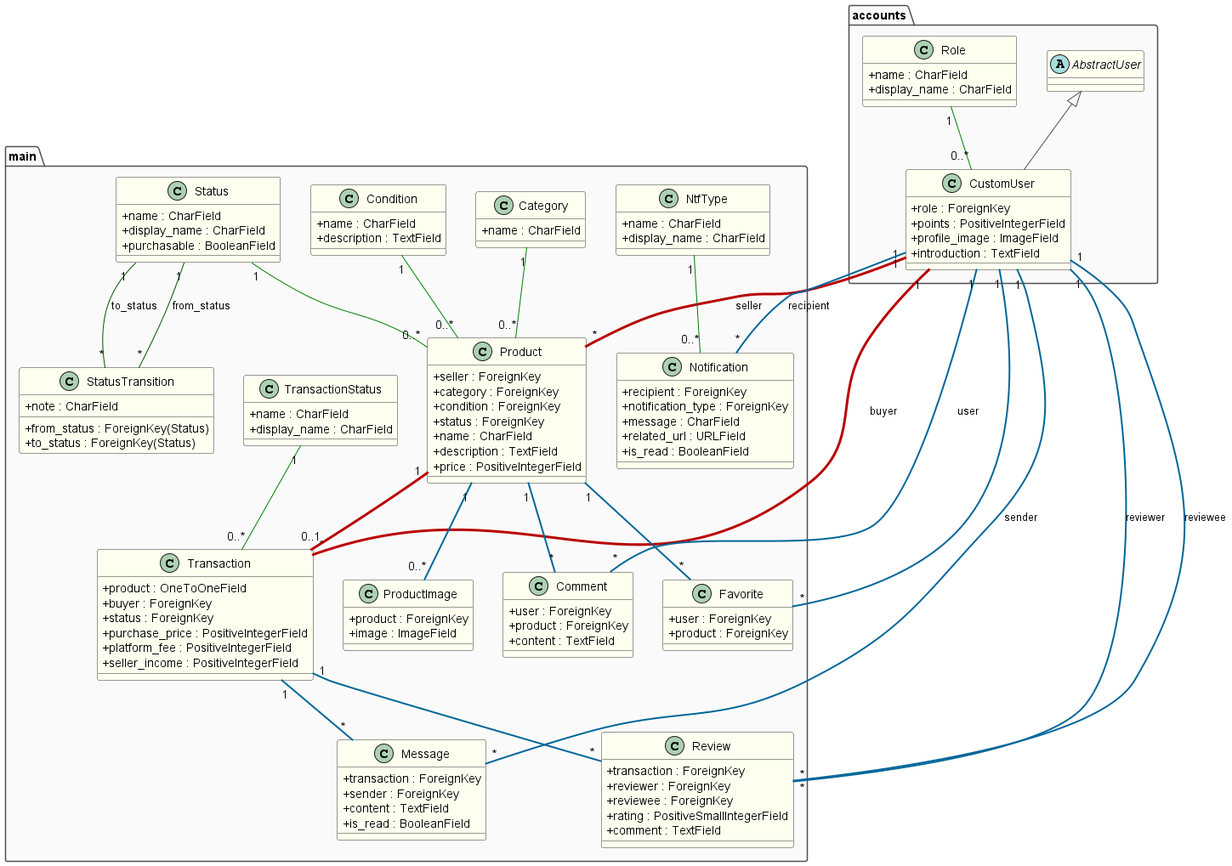
Above: Design/image/Django_Physical_Model_Updated.png in kairi-fujii/PythonSystemDevelopment (PlantUML), before the change. The source it was exported from:
```plantuml
@startuml Django_Physical_Model_Updated

skinparam {
    BackgroundColor #FFFFFF
    ArrowColor #505050
    shadowing false
    ClassAttributeIconSize 0
    ClassBorderColor #333333
    ClassBackgroundColor #FFFFF0
    PackageBorderColor #505050
    PackageBackgroundColor #FAFAFA
}

package "accounts" {
    abstract class AbstractUser

    class Role {
        + name : CharField
        + display_name : CharField
    }

    class CustomUser {
        + role : ForeignKey
        + points : PositiveIntegerField
        + profile_image : ImageField
        + introduction : TextField
    }

    AbstractUser <|-- CustomUser
    Role "1" -[#008000,thickness=1]- "0..*" CustomUser
}

package "main" {
    class Category {
        + name : CharField
    }

    class Condition {
        + name : CharField
        + description : TextField
    }

    class Status {
        + name : CharField
        + display_name : CharField
        + purchasable : BooleanField
    }

    class StatusTransition {
        + from_status : ForeignKey(Status)
        + to_status : ForeignKey(Status)
        + note : CharField
    }

    class TransactionStatus {
        + name : CharField
        + display_name : CharField
    }

    class NtfType {
        + name : CharField
        + display_name : CharField
    }

    class Product {
        + seller : ForeignKey
        + category : ForeignKey
        + condition : ForeignKey
        + status : ForeignKey
        + name : CharField
        + description : TextField
        + price : PositiveIntegerField
    }

    class ProductImage {
        + product : ForeignKey
        + image : ImageField
    }

    class Transaction {
        + product : OneToOneField
        + buyer : ForeignKey
        + status : ForeignKey
        + purchase_price : PositiveIntegerField
        + platform_fee : PositiveIntegerField
        + seller_income : PositiveIntegerField
    }

    class Comment {
        + user : ForeignKey
        + product : ForeignKey
        + content : TextField
    }

    class Favorite {
        + user : ForeignKey
        + product : ForeignKey
    }

    class Message {
        + transaction : ForeignKey
        + sender : ForeignKey
        + content : TextField
        + is_read : BooleanField
    }

    class Review {
        + transaction : ForeignKey
        + reviewer : ForeignKey
        + reviewee : ForeignKey
        + rating : PositiveSmallIntegerField
        + comment : TextField
    }

    class Notification {
        + recipient : ForeignKey
        + notification_type : ForeignKey
        + message : CharField
        + related_url : URLField
        + is_read : BooleanField
    }
}


CustomUser "1" -[#B80000,thickness=3]- "*" Product : seller
CustomUser "1" -[#B80000,thickness=3]- "*" Transaction : buyer
Product "1" -[#B80000,thickness=3]- "0..1" Transaction

CustomUser "1" -[#006699,thickness=2]- "*" Comment : user
CustomUser "1" -[#006699,thickness=2]- "*" Favorite
CustomUser "1" -[#006699,thickness=2]- "*" Message : sender
CustomUser "1" -[#006699,thickness=2]- "*" Review : reviewer
CustomUser "1" -[#006699,thickness=2]- "*" Review : reviewee
CustomUser "1" -[#006699,thickness=2]- "*" Notification : recipient

Product "1" -[#006699,thickness=2]- "*" Comment
Product "1" -[#006699,thickness=2]- "*" Favorite
Product "1" -[#006699,thickness=2]- "0..*" ProductImage

Transaction "1" -[#006699,thickness=2]- "*" Message
Transaction "1" -[#006699,thickness=2]- "*" Review

Category "1" -[#008000,thickness=1]- "0..*" Product
Condition "1" -[#008000,thickness=1]- "0..*" Product
Status "1" -[#008000,thickness=1]- "0..*" Product
TransactionStatus "1" -[#008000,thickness=1]- "0..*" Transaction
NtfType "1" -[#008000,thickness=1]- "0..*" Notification

Status "1" -[#005500,thickness=1]- "*" StatusTransition : from_status
Status "1" -[#005500,thickness=1]- "*" StatusTransition : to_status

@enduml
```
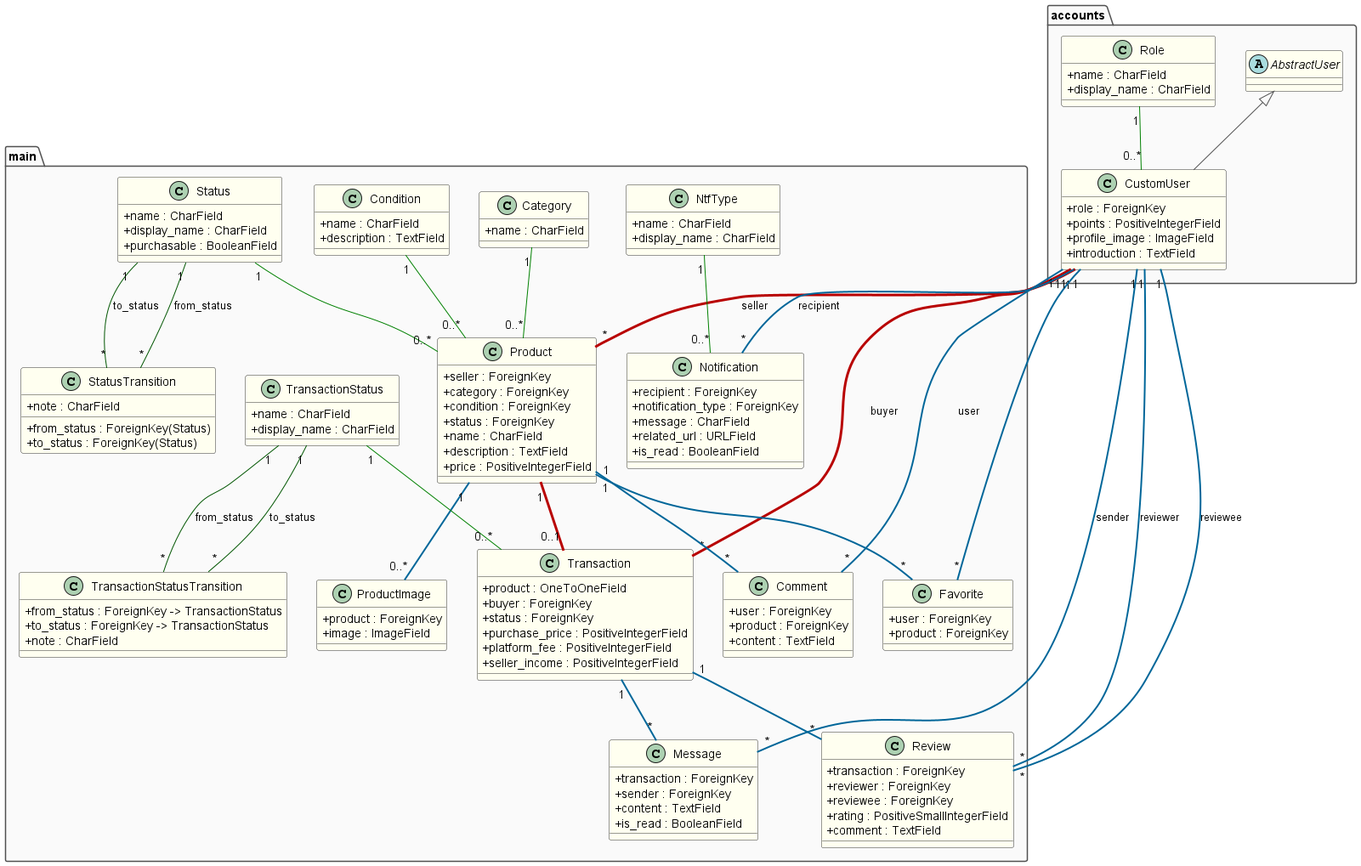
The same file after the commit.

What changed in the source:
```diff
@@ -55,6 +55,12 @@
     class TransactionStatus {
         + name : CharField
         + display_name : CharField
+    }
+
+    class TransactionStatusTransition {
+        + from_status : ForeignKey -> TransactionStatus
+        + to_status : ForeignKey -> TransactionStatus
+        + note : CharField
     }
 
     class NtfType {
@@ -149,4 +155,8 @@
 Status "1" -[#005500,thickness=1]- "*" StatusTransition : from_status
 Status "1" -[#005500,thickness=1]- "*" StatusTransition : to_status
 
+TransactionStatus "1" -[#005500,thickness=1]- "*" TransactionStatusTransition : from_status
+TransactionStatus "1" -[#005500,thickness=1]- "*" TransactionStatusTransition : to_status
+
+
 @enduml
```
